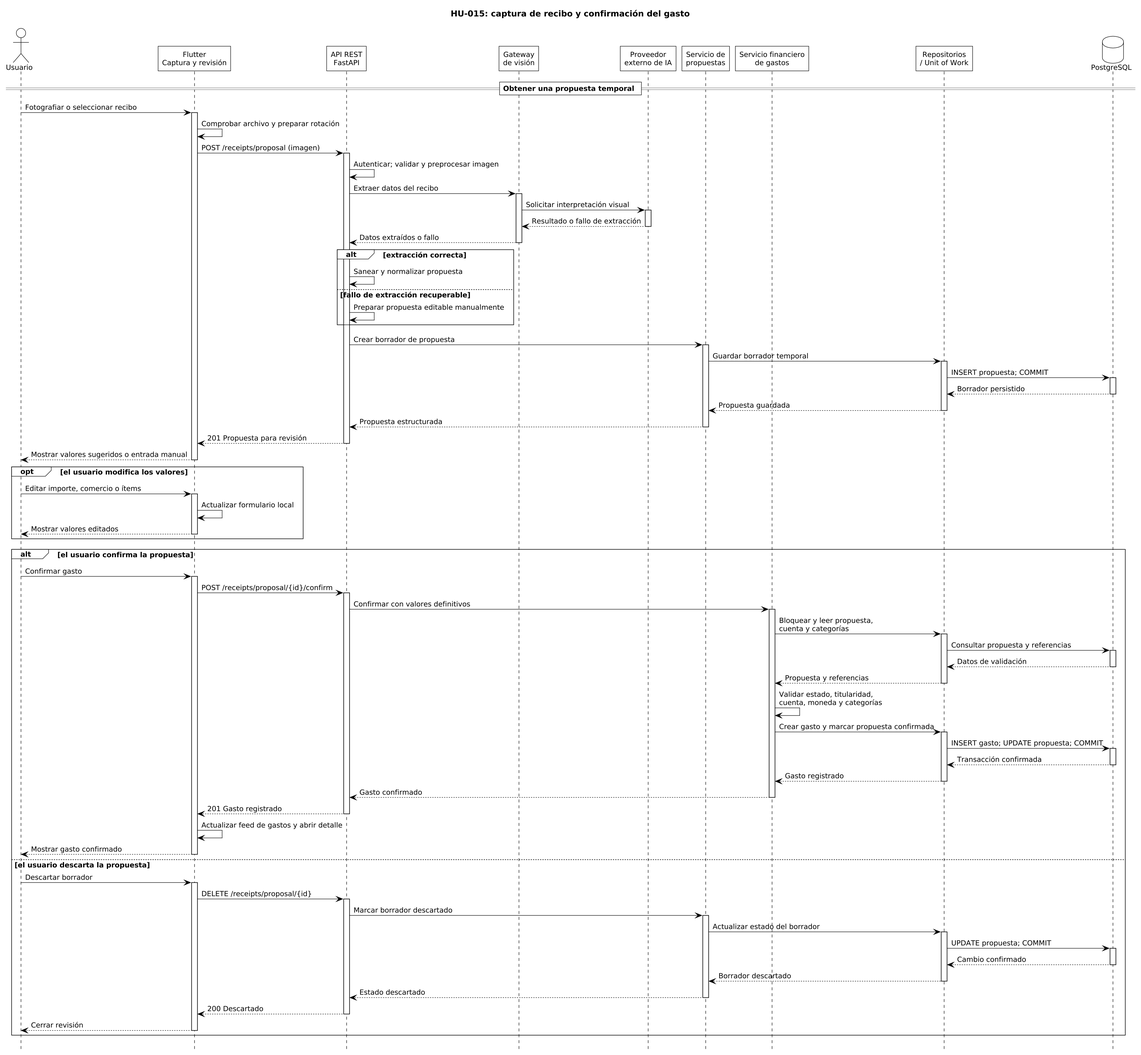
Above: docs/diagrams/sequence/receipt-capture/receipt-capture-hu015.png in NullCorvus/finance-ai (PlantUML), before the change.
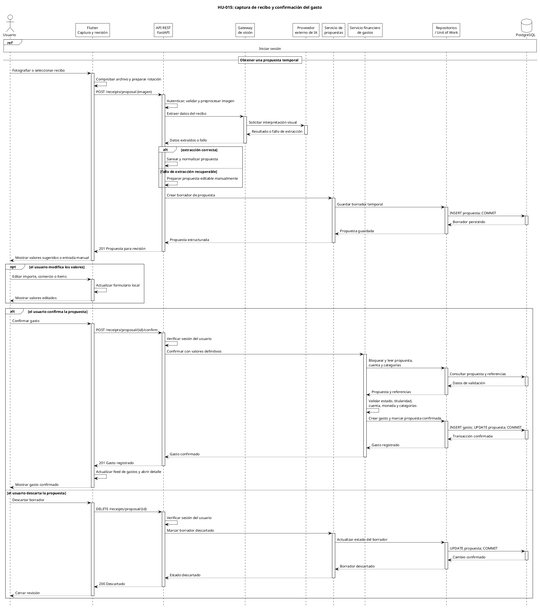
The same diagram one commit later.

Diff of the diagram source:
```diff
@@ -22,7 +22,6 @@
 </style>
 
 title HU-015: captura de recibo y confirmación del gasto
-scale 2
 hide footbox
 
 actor "Usuario" as U
@@ -34,6 +33,8 @@
 participant "Servicio financiero\nde gastos" as E
 participant "Repositorios\n/ Unit of Work" as R
 database "PostgreSQL" as D
+
+ref over U,F,A,R,D : Iniciar sesión
 
 == Obtener una propuesta temporal ==
 U -> F: Fotografiar o seleccionar recibo
@@ -85,6 +86,7 @@
   activate F
   F -> A: POST /receipts/proposal/{id}/confirm
   activate A
+  A -> A: Verificar sesión del usuario
   A -> E: Confirmar con valores definitivos
   activate E
   E -> R: Bloquear y leer propuesta,\ncuenta y categorías
@@ -116,6 +118,7 @@
   activate F
   F -> A: DELETE /receipts/proposal/{id}
   activate A
+  A -> A: Verificar sesión del usuario
   A -> P: Marcar borrador descartado
   activate P
   P -> R: Actualizar estado del borrador
```
